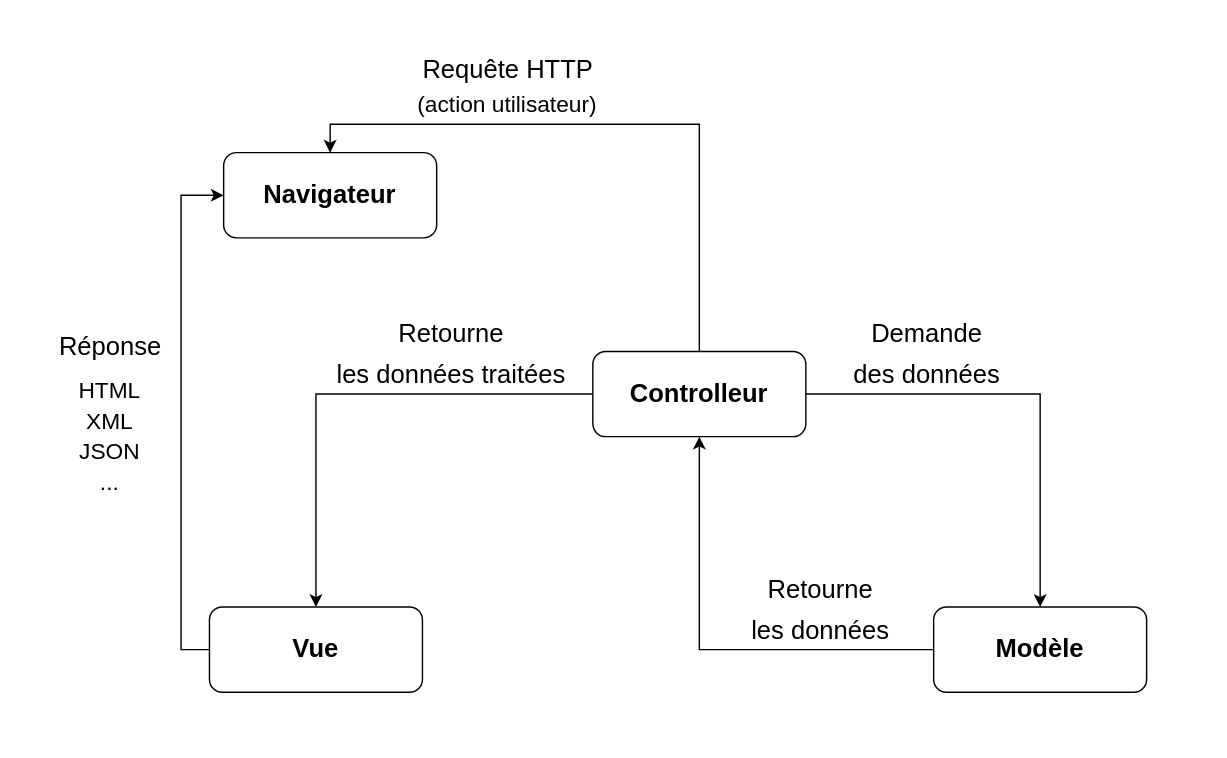
Earlier version of the draw.io diagram developpement-web-et-dispositif-interactif-s6/travaux-pratiques/numero-5/mvc-schema.drawio (DanYellow/cours). Source tidied: cells renumbered, new cells numbered last; positions are measured from the earlier drawing's top-left corner, leaving out a move shared by most shapes. Both pictures are drawn from the tidied source at 142%, with x=0, y=0 at pixel (24, 24).
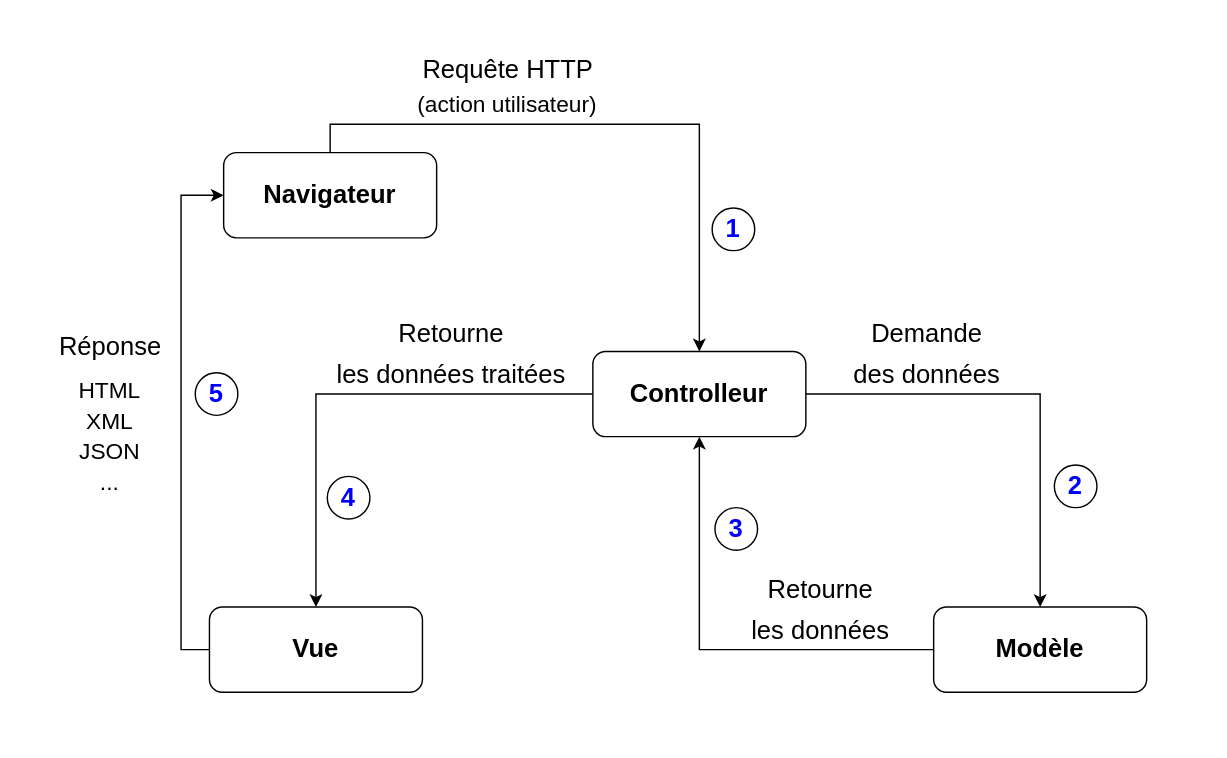
After the change.

The change refers to these unchanged cells:
```xml
<mxCell id="3" value="&lt;font style=&quot;font-size: 18px;&quot;&gt;&lt;b&gt;Navigateur&lt;/b&gt;&lt;/font&gt;" style="rounded=1;whiteSpace=wrap;html=1;" parent="1" vertex="1">
  <mxGeometry x="140" y="90" width="150" height="60" as="geometry" />
</mxCell>
<mxCell id="7" value="&lt;b&gt;&lt;font style=&quot;font-size: 18px;&quot;&gt;Controlleur&lt;/font&gt;&lt;/b&gt;" style="rounded=1;whiteSpace=wrap;html=1;" parent="1" vertex="1">
  <mxGeometry x="400" y="230" width="150" height="60" as="geometry" />
</mxCell>
```

The edit, as a diff of the source:
```diff
@@
+    <mxCell id="19" style="edgeStyle=orthogonalEdgeStyle;rounded=0;jettySize=auto;html=1;exitX=0.5;exitY=0;exitDx=0;exitDy=0;entryX=0.5;entryY=0;entryDx=0;entryDy=0;" parent="1" edge="1" source="3" target="7">
+      <mxGeometry relative="1" as="geometry" />
+    </mxCell>
@@
-    <mxCell id="5" style="edgeStyle=orthogonalEdgeStyle;rounded=0;jettySize=auto;html=1;exitX=0.5;exitY=0;exitDx=0;exitDy=0;entryX=0.5;entryY=0;entryDx=0;entryDy=0;fontSize=18;" parent="1" edge="1" source="7" target="3">
-      <mxGeometry relative="1" as="geometry" />
-    </mxCell>
@@
+    <mxCell id="20" value="&lt;b&gt;&lt;font style=&quot;font-size: 18px; color: rgb(0, 0, 255);&quot;&gt;1&lt;/font&gt;&lt;/b&gt;" style="ellipse;whiteSpace=wrap;html=1;" parent="1" vertex="1">
+      <mxGeometry x="484" y="129" width="30" height="30" as="geometry" />
+    </mxCell>
+    <mxCell id="21" value="&lt;b&gt;&lt;font style=&quot;font-size: 18px; color: rgb(0, 0, 255);&quot;&gt;2&lt;/font&gt;&lt;/b&gt;" style="ellipse;whiteSpace=wrap;html=1;" parent="1" vertex="1">
+      <mxGeometry x="725" y="310" width="30" height="30" as="geometry" />
+    </mxCell>
+    <mxCell id="22" value="&lt;b&gt;&lt;font style=&quot;font-size: 18px; color: rgb(0, 0, 255);&quot;&gt;3&lt;/font&gt;&lt;/b&gt;" style="ellipse;whiteSpace=wrap;html=1;" parent="1" vertex="1">
+      <mxGeometry x="486" y="340" width="30" height="30" as="geometry" />
+    </mxCell>
+    <mxCell id="23" value="&lt;b&gt;&lt;font style=&quot;font-size: 18px; color: rgb(0, 0, 255);&quot;&gt;4&lt;/font&gt;&lt;/b&gt;" style="ellipse;whiteSpace=wrap;html=1;" parent="1" vertex="1">
+      <mxGeometry x="213" y="318" width="30" height="30" as="geometry" />
+    </mxCell>
+    <mxCell id="24" value="&lt;b&gt;&lt;font style=&quot;font-size: 18px; color: rgb(0, 0, 255);&quot;&gt;5&lt;/font&gt;&lt;/b&gt;" style="ellipse;whiteSpace=wrap;html=1;" parent="1" vertex="1">
+      <mxGeometry x="120" y="245" width="30" height="30" as="geometry" />
+    </mxCell>
```
